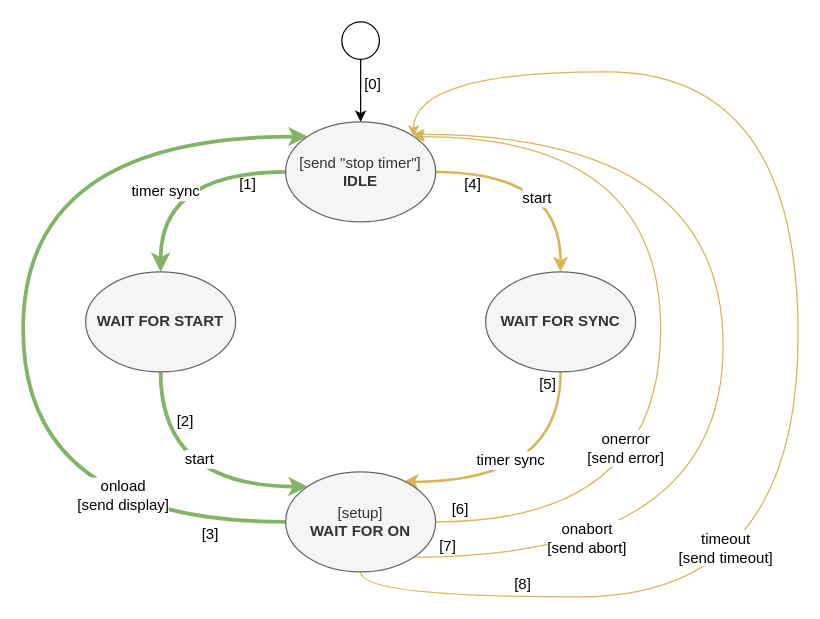
Above: page "Transitions of CallbackLogic State Machine" (8 of 8) of drawing.drawio in guitarvydas/ag-js-3 (draw.io), before the change. Source tidied: cells renumbered, new cells numbered last; positions are measured from the earlier drawing's top-left corner, leaving out a move shared by most shapes. Both pictures are drawn from the tidied source at 125%, with x=0, y=0 at pixel (22, 21).
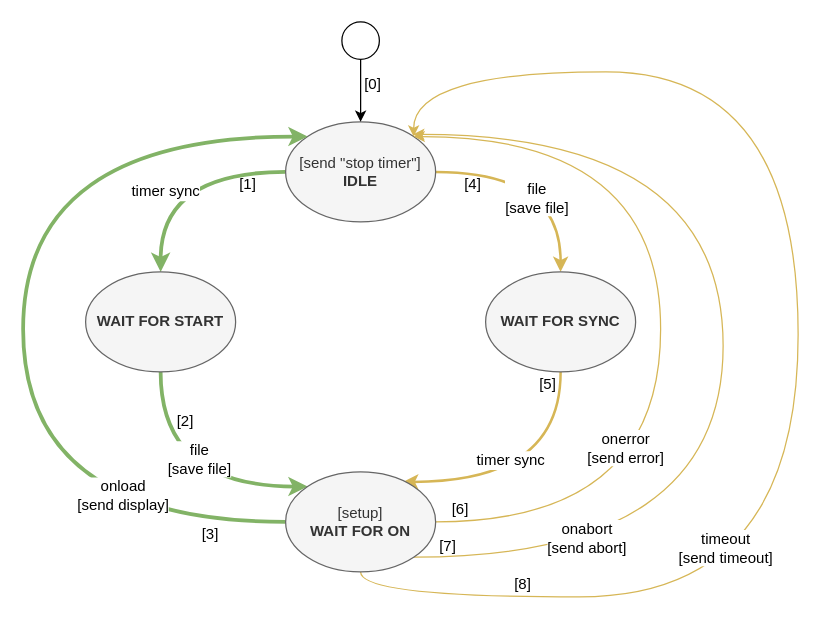
After the change.

The change refers to these unchanged cells:
```xml
<mxCell id="2" style="edgeStyle=orthogonalEdgeStyle;curved=1;jettySize=auto;html=1;exitX=1;exitY=0.5;exitDx=0;exitDy=0;entryX=0.5;entryY=0;entryDx=0;entryDy=0;fillColor=#fff2cc;strokeColor=#d6b656;strokeWidth=2;" parent="1" edge="1" source="6" target="14">
  <mxGeometry relative="1" as="geometry" />
</mxCell>
<mxCell id="9" style="edgeStyle=orthogonalEdgeStyle;curved=1;jettySize=auto;html=1;entryX=0;entryY=0;entryDx=0;entryDy=0;exitX=0.5;exitY=1;exitDx=0;exitDy=0;fillColor=#d5e8d4;strokeColor=#82b366;strokeWidth=3;" parent="1" edge="1" source="11" target="23">
  <mxGeometry relative="1" as="geometry">
    <Array as="points">
      <mxPoint x="110" y="372" />
    </Array>
  </mxGeometry>
</mxCell>
```

Change to the diagram source:
```diff
@@
-    <mxCell id="3" value="start" style="text;html=1;align=center;verticalAlign=middle;labelBackgroundColor=#ffffff;" parent="2" vertex="1">
+    <mxCell id="3" value="file&lt;br&gt;[save file]" style="text;html=1;align=center;verticalAlign=middle;labelBackgroundColor=#ffffff;" parent="2" vertex="1">
       <mxGeometry x="0.01" y="-7" relative="1" as="geometry">
         <mxPoint x="-11" y="13" as="offset" />
       </mxGeometry>
     </mxCell>
@@
-    <mxCell id="10" value="start" style="text;html=1;align=center;verticalAlign=middle;labelBackgroundColor=#ffffff;" parent="9" vertex="1">
+    <mxCell id="10" value="file&lt;br&gt;[save file]" style="text;html=1;align=center;verticalAlign=middle;labelBackgroundColor=#ffffff;" parent="9" vertex="1">
       <mxGeometry x="0.17" y="-8" relative="1" as="geometry">
         <mxPoint y="-30" as="offset" />
       </mxGeometry>
     </mxCell>
```
